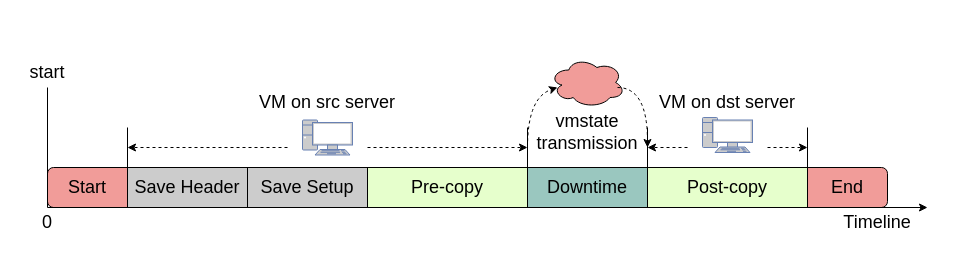
xuyizhe1999/drawio keeps this draw.io diagram as qemu-migration/postcopy timeline.drawio. Above is the earlier version. Source tidied: cells renumbered, new cells numbered last; positions are measured from the earlier drawing's top-left corner, leaving out a move shared by most shapes. Both pictures are drawn from the tidied source at 100%, with x=0, y=0 at pixel (17, 57).
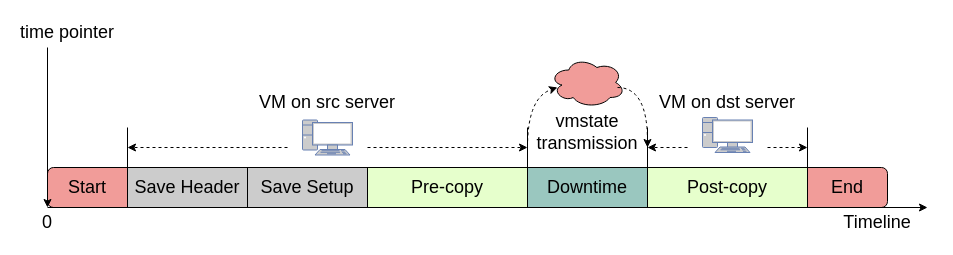
Above is the later version.

The change refers to these unchanged cells:
```xml
<mxCell id="3" style="rounded=1;whiteSpace=wrap;html=1;fillColor=#F19C99;" parent="1" vertex="1">
  <mxGeometry x="30" y="110" width="120" height="40" as="geometry" />
</mxCell>
```

Change to the diagram source:
```diff
@@
-    <mxCell id="29" style="endArrow=none;html=1;rounded=0;" parent="1" edge="1">
-      <mxGeometry relative="1" as="geometry">
-        <mxPoint x="30" y="150" as="sourcePoint" />
-        <mxPoint x="30" y="30" as="targetPoint" />
-      </mxGeometry>
-    </mxCell>
@@
-    <mxCell id="31" value="start" style="text;html=1;strokeColor=none;fillColor=none;align=center;verticalAlign=middle;whiteSpace=wrap;rounded=0;fontSize=18;" parent="1" vertex="1">
-      <mxGeometry width="60" height="30" as="geometry" />
+    <mxCell id="31" value="time pointer" style="text;html=1;strokeColor=none;fillColor=none;align=center;verticalAlign=middle;whiteSpace=wrap;rounded=0;fontSize=18;" parent="1" vertex="1">
+      <mxGeometry y="-40" width="100" height="30" as="geometry" />
     </mxCell>
+    <mxCell id="32" style="endArrow=classic;html=1;rounded=0;fontSize=18;entryX=0;entryY=1;entryDx=0;entryDy=0;" parent="1" edge="1" target="3">
+      <mxGeometry relative="1" as="geometry">
+        <mxPoint x="30" y="-10" as="sourcePoint" />
+      </mxGeometry>
+    </mxCell>
```
